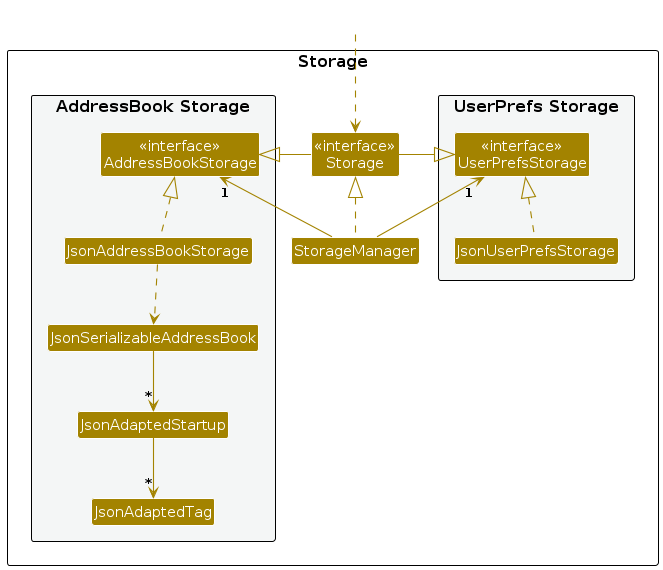
Earlier version of the PlantUML export diagrams/StorageClassDiagram.png (yespiggy/tp). Its source is kept beside it as diagrams/StorageClassDiagram.puml. Source of this version:
```plantuml
@startuml
!include style.puml
skinparam arrowThickness 1.1
skinparam arrowColor STORAGE_COLOR
skinparam classBackgroundColor STORAGE_COLOR

package Storage as StoragePackage {

package "UserPrefs Storage" #F4F6F6{
Class "<<interface>>\nUserPrefsStorage" as UserPrefsStorage
Class JsonUserPrefsStorage
}

Class "<<interface>>\nStorage" as Storage
Class StorageManager

package "AddressBook Storage" #F4F6F6{
Class "<<interface>>\nAddressBookStorage" as AddressBookStorage
Class JsonAddressBookStorage
Class JsonSerializableAddressBook
Class JsonAdaptedStartup
Class JsonAdaptedTag
}

}

Class HiddenOutside #FFFFFF
HiddenOutside ..> Storage

StorageManager .up.|> Storage
StorageManager -up-> "1" UserPrefsStorage
StorageManager -up-> "1" AddressBookStorage

Storage -left-|> UserPrefsStorage
Storage -right-|> AddressBookStorage

JsonUserPrefsStorage .up.|> UserPrefsStorage
JsonAddressBookStorage .up.|> AddressBookStorage
JsonAddressBookStorage ..> JsonSerializableAddressBook
JsonSerializableAddressBook --> "*" JsonAdaptedStartup
JsonAdaptedStartup --> "*" JsonAdaptedTag

@enduml
```
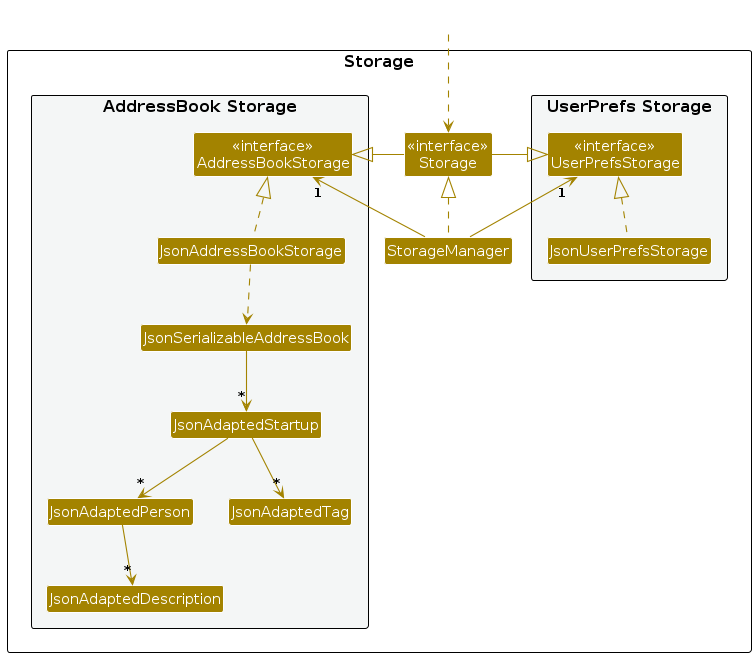
After the commit.

Change to the diagram source:
```diff
@@ -19,7 +19,9 @@
 Class JsonAddressBookStorage
 Class JsonSerializableAddressBook
 Class JsonAdaptedStartup
+Class JsonAdaptedPerson
 Class JsonAdaptedTag
+Class JsonAdaptedDescription
 }
 
 }
@@ -39,5 +41,7 @@
 JsonAddressBookStorage ..> JsonSerializableAddressBook
 JsonSerializableAddressBook --> "*" JsonAdaptedStartup
 JsonAdaptedStartup --> "*" JsonAdaptedTag
+JsonAdaptedStartup --> "*" JsonAdaptedPerson
+JsonAdaptedPerson --> "*" JsonAdaptedDescription
 
 @enduml
```
